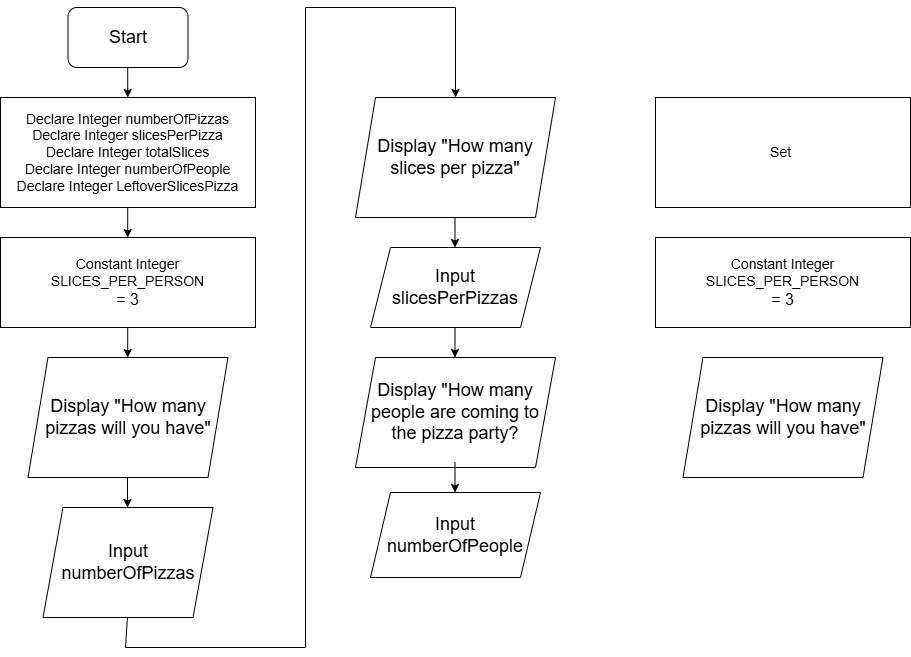
This is leftoverPizza.drawio.png from amcruzflores/flowcharts, a draw.io export, as it was before one commit. Source tidied: cells renumbered, new cells last; positions are measured from the earlier drawing's top-left corner, leaving out a move shared by most shapes.
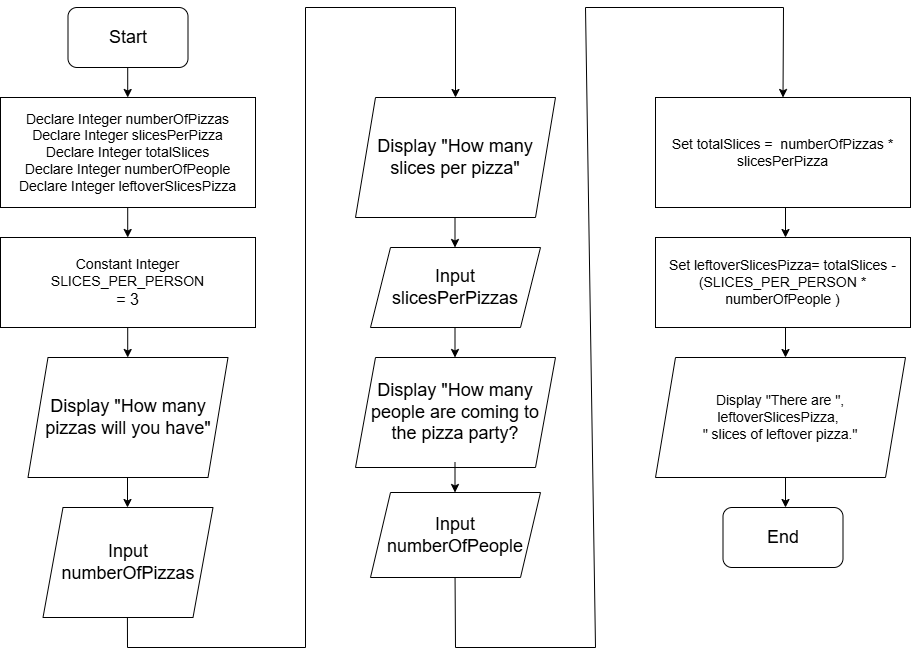
Later version of the same file.

Change to the diagram source:
```diff
@@ -5,7 +5,7 @@
     <mxCell id="2" value="&lt;font style=&quot;font-size: 18px;&quot;&gt;Start&lt;/font&gt;" style="rounded=1;whiteSpace=wrap;html=1;" parent="1" vertex="1">
       <mxGeometry x="67.5" width="120" height="60" as="geometry" />
     </mxCell>
-    <mxCell id="3" value="&lt;font style=&quot;font-size: 14px;&quot;&gt;Declare Integer numberOfPizzas&lt;/font&gt;&lt;div&gt;&lt;span style=&quot;font-size: 14px;&quot;&gt;Declare Integer slicesPerPizza&lt;/span&gt;&lt;/div&gt;&lt;div&gt;&lt;span style=&quot;font-size: 14px;&quot;&gt;Declare Integer totalSlices&lt;/span&gt;&lt;/div&gt;&lt;div&gt;&lt;span style=&quot;font-size: 14px;&quot;&gt;Declare Integer numberOfPeople&lt;/span&gt;&lt;/div&gt;&lt;div&gt;&lt;span style=&quot;font-size: 14px;&quot;&gt;Declare Integer LeftoverSlicesPizza&lt;/span&gt;&lt;/div&gt;" style="rounded=0;whiteSpace=wrap;html=1;" parent="1" vertex="1">
+    <mxCell id="3" value="&lt;font style=&quot;font-size: 14px;&quot;&gt;Declare Integer numberOfPizzas&lt;/font&gt;&lt;div&gt;&lt;span style=&quot;font-size: 14px;&quot;&gt;Declare Integer slicesPerPizza&lt;/span&gt;&lt;/div&gt;&lt;div&gt;&lt;span style=&quot;font-size: 14px;&quot;&gt;Declare Integer totalSlices&lt;/span&gt;&lt;/div&gt;&lt;div&gt;&lt;span style=&quot;font-size: 14px;&quot;&gt;Declare Integer numberOfPeople&lt;/span&gt;&lt;/div&gt;&lt;div&gt;&lt;span style=&quot;font-size: 14px;&quot;&gt;Declare Integer leftoverSlicesPizza&lt;/span&gt;&lt;/div&gt;" style="rounded=0;whiteSpace=wrap;html=1;" parent="1" vertex="1">
       <mxGeometry y="90" width="255" height="110" as="geometry" />
     </mxCell>
     <mxCell id="4" value="&lt;font style=&quot;font-size: 14px;&quot;&gt;Constant Integer SLICES_PER_PERSON&lt;/font&gt;&lt;div&gt;&lt;font size=&quot;3&quot;&gt;= 3&lt;/font&gt;&lt;/div&gt;" style="rounded=0;whiteSpace=wrap;html=1;" parent="1" vertex="1">
@@ -45,7 +45,7 @@
       <mxGeometry relative="1" as="geometry">
         <mxPoint x="126.9" y="610" as="sourcePoint" />
         <Array as="points">
-          <mxPoint x="125" y="640" />
+          <mxPoint x="127" y="640" />
           <mxPoint x="305" y="640" />
           <mxPoint x="305" />
           <mxPoint x="455" />
@@ -82,14 +82,46 @@
         <mxPoint x="454.5" y="485" as="targetPoint" />
       </mxGeometry>
     </mxCell>
-    <mxCell id="19" value="&lt;span style=&quot;font-size: 14px;&quot;&gt;Set&amp;nbsp;&lt;/span&gt;" style="rounded=0;whiteSpace=wrap;html=1;" parent="1" vertex="1">
+    <mxCell id="19" value="&lt;span style=&quot;font-size: 14px;&quot;&gt;Set totalSlices =&amp;nbsp; numberOfPizzas * slicesPerPizza&lt;/span&gt;" style="rounded=0;whiteSpace=wrap;html=1;" parent="1" vertex="1">
       <mxGeometry x="655" y="90" width="255" height="110" as="geometry" />
     </mxCell>
-    <mxCell id="20" value="&lt;font style=&quot;font-size: 14px;&quot;&gt;Constant Integer SLICES_PER_PERSON&lt;/font&gt;&lt;div&gt;&lt;font size=&quot;3&quot;&gt;= 3&lt;/font&gt;&lt;/div&gt;" style="rounded=0;whiteSpace=wrap;html=1;" parent="1" vertex="1">
+    <mxCell id="20" value="&lt;span style=&quot;font-size: 14px;&quot;&gt;Set leftoverSlicesPizza= totalSlices - (SLICES_PER_PERSON * numberOfPeople )&lt;/span&gt;" style="rounded=0;whiteSpace=wrap;html=1;" parent="1" vertex="1">
       <mxGeometry x="655" y="230" width="255" height="90" as="geometry" />
     </mxCell>
-    <mxCell id="21" value="&lt;font style=&quot;font-size: 18px;&quot;&gt;Display &quot;How many pizzas will you have&lt;/font&gt;&lt;span style=&quot;background-color: transparent; color: light-dark(rgb(0, 0, 0), rgb(255, 255, 255)); font-size: 18px;&quot;&gt;&quot;&lt;/span&gt;" style="shape=parallelogram;perimeter=parallelogramPerimeter;whiteSpace=wrap;html=1;fixedSize=1;" parent="1" vertex="1">
-      <mxGeometry x="682.5" y="350" width="200" height="120" as="geometry" />
+    <mxCell id="21" value="&lt;font style=&quot;font-size: 14px;&quot;&gt;&lt;font style=&quot;&quot;&gt;Display &quot;There are&amp;nbsp;&lt;/font&gt;&lt;span style=&quot;background-color: transparent; color: light-dark(rgb(0, 0, 0), rgb(255, 255, 255));&quot;&gt;&quot;, leftoverSlicesPizza,&amp;nbsp;&lt;/span&gt;&lt;/font&gt;&lt;div&gt;&lt;font style=&quot;font-size: 14px;&quot;&gt;&lt;span style=&quot;background-color: transparent; color: light-dark(rgb(0, 0, 0), rgb(255, 255, 255));&quot;&gt;&quot; slices of leftover pizza.&quot;&lt;/span&gt;&lt;/font&gt;&lt;/div&gt;" style="shape=parallelogram;perimeter=parallelogramPerimeter;whiteSpace=wrap;html=1;fixedSize=1;" parent="1" vertex="1">
+      <mxGeometry x="655" y="350" width="250" height="120" as="geometry" />
     </mxCell>
+    <mxCell id="22" style="endArrow=classic;html=1;rounded=0;entryX=0.5;entryY=0;entryDx=0;entryDy=0;" parent="1" edge="1" target="19">
+      <mxGeometry relative="1" as="geometry">
+        <mxPoint x="454.5" y="570" as="sourcePoint" />
+        <Array as="points">
+          <mxPoint x="455" y="640" />
+          <mxPoint x="595" y="640" />
+          <mxPoint x="585" />
+          <mxPoint x="783" />
+        </Array>
+      </mxGeometry>
+    </mxCell>
+    <mxCell id="23" style="endArrow=classic;html=1;rounded=0;" parent="1" edge="1">
+      <mxGeometry relative="1" as="geometry">
+        <mxPoint x="785" y="200" as="sourcePoint" />
+        <mxPoint x="785" y="230" as="targetPoint" />
+      </mxGeometry>
+    </mxCell>
+    <mxCell id="24" style="endArrow=classic;html=1;rounded=0;" parent="1" edge="1">
+      <mxGeometry relative="1" as="geometry">
+        <mxPoint x="785" y="320" as="sourcePoint" />
+        <mxPoint x="785" y="350" as="targetPoint" />
+      </mxGeometry>
+    </mxCell>
+    <mxCell id="25" style="endArrow=classic;html=1;rounded=0;" parent="1" edge="1">
+      <mxGeometry relative="1" as="geometry">
+        <mxPoint x="785" y="470" as="sourcePoint" />
+        <mxPoint x="785" y="500" as="targetPoint" />
+      </mxGeometry>
+    </mxCell>
+    <mxCell id="26" value="&lt;font style=&quot;font-size: 18px;&quot;&gt;End&lt;/font&gt;" style="rounded=1;whiteSpace=wrap;html=1;" parent="1" vertex="1">
+      <mxGeometry x="722.5" y="500" width="120" height="60" as="geometry" />
+    </mxCell>
   </root>
 </mxGraphModel>
```
